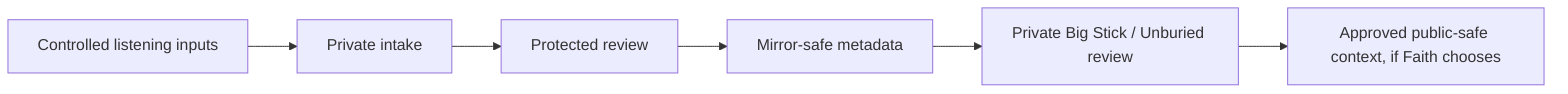
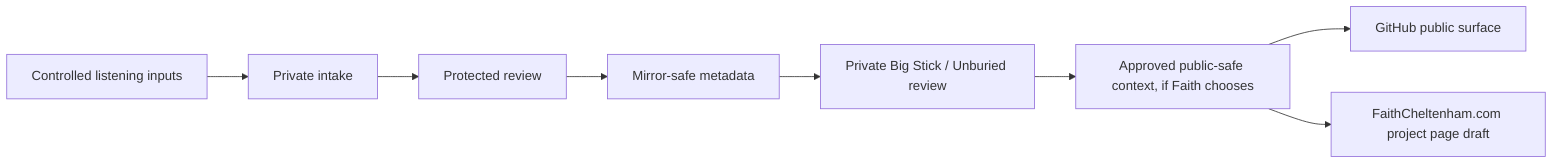
flowchart LR
  A["Controlled listening inputs"] --> B["Private intake"]
  B --> C["Protected review"]
  C --> D["Mirror-safe metadata"]
  D --> E["Private Big Stick / Unburied review"]
  E --> F["Approved public-safe context, if Faith chooses"]
+   F --> G["GitHub public surface"]
+   F --> H["FaithCheltenham.com project page draft"]
